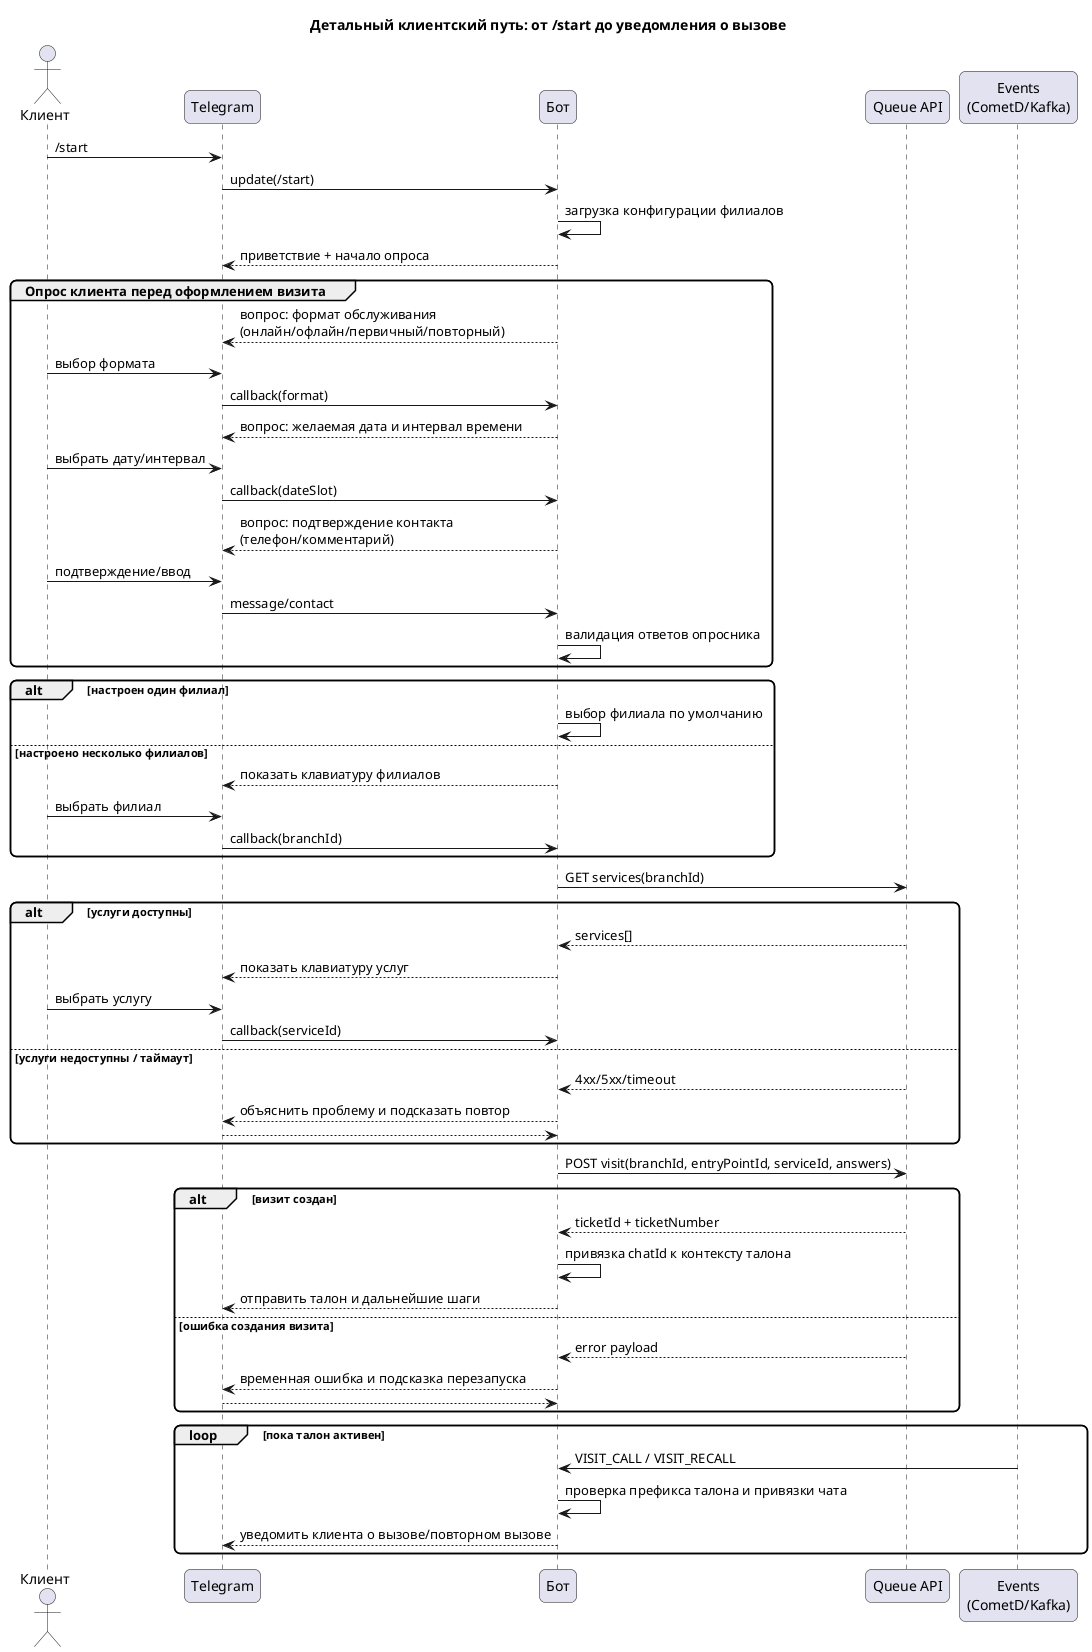
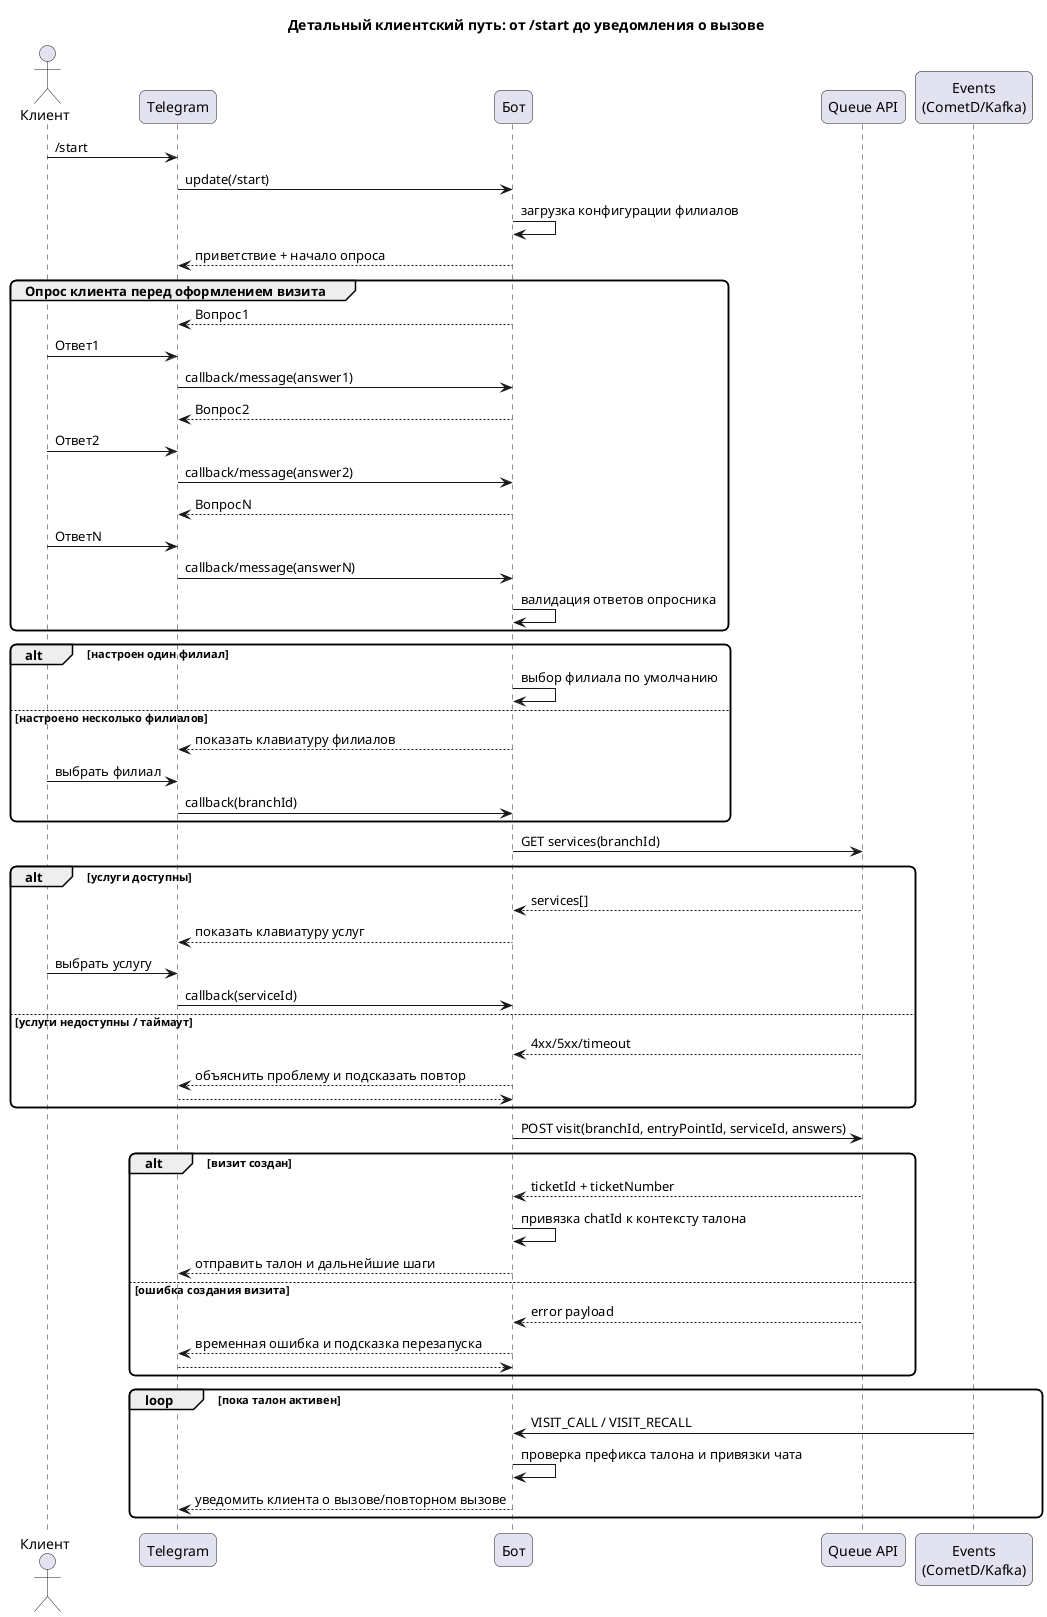
@startuml
skinparam backgroundColor #FFFFFF
skinparam shadowing false
skinparam roundcorner 12
title Детальный клиентский путь: от /start до уведомления о вызове

actor Клиент
participant Telegram
participant "Бот" as Bot
participant "Queue API" as Queue
participant "Events\n(CometD/Kafka)" as Events

Клиент -> Telegram: /start
Telegram -> Bot: update(/start)
Bot -> Bot: загрузка конфигурации филиалов

Bot --> Telegram: приветствие + начало опроса

group Опрос клиента перед оформлением визита
-   Bot --> Telegram: вопрос: формат обслуживания\n(онлайн/офлайн/первичный/повторный)
-   Клиент -> Telegram: выбор формата
-   Telegram -> Bot: callback(format)
+   Bot --> Telegram: Вопрос1
+   Клиент -> Telegram: Ответ1
+   Telegram -> Bot: callback/message(answer1)

-   Bot --> Telegram: вопрос: желаемая дата и интервал времени
-   Клиент -> Telegram: выбрать дату/интервал
-   Telegram -> Bot: callback(dateSlot)
+   Bot --> Telegram: Вопрос2
+   Клиент -> Telegram: Ответ2
+   Telegram -> Bot: callback/message(answer2)

-   Bot --> Telegram: вопрос: подтверждение контакта\n(телефон/комментарий)
-   Клиент -> Telegram: подтверждение/ввод
-   Telegram -> Bot: message/contact
+   Bot --> Telegram: ВопросN
+   Клиент -> Telegram: ОтветN
+   Telegram -> Bot: callback/message(answerN)

  Bot -> Bot: валидация ответов опросника
end

alt настроен один филиал
  Bot -> Bot: выбор филиала по умолчанию
else настроено несколько филиалов
  Bot --> Telegram: показать клавиатуру филиалов
  Клиент -> Telegram: выбрать филиал
  Telegram -> Bot: callback(branchId)
end

Bot -> Queue: GET services(branchId)
alt услуги доступны
  Queue --> Bot: services[]
  Bot --> Telegram: показать клавиатуру услуг
  Клиент -> Telegram: выбрать услугу
  Telegram -> Bot: callback(serviceId)
else услуги недоступны / таймаут
  Queue --> Bot: 4xx/5xx/timeout
  Bot --> Telegram: объяснить проблему и подсказать повтор
  return
end

Bot -> Queue: POST visit(branchId, entryPointId, serviceId, answers)
alt визит создан
  Queue --> Bot: ticketId + ticketNumber
  Bot -> Bot: привязка chatId к контексту талона
  Bot --> Telegram: отправить талон и дальнейшие шаги
else ошибка создания визита
  Queue --> Bot: error payload
  Bot --> Telegram: временная ошибка и подсказка перезапуска
  return
end

loop пока талон активен
  Events -> Bot: VISIT_CALL / VISIT_RECALL
  Bot -> Bot: проверка префикса талона и привязки чата
  Bot --> Telegram: уведомить клиента о вызове/повторном вызове
end
@enduml
